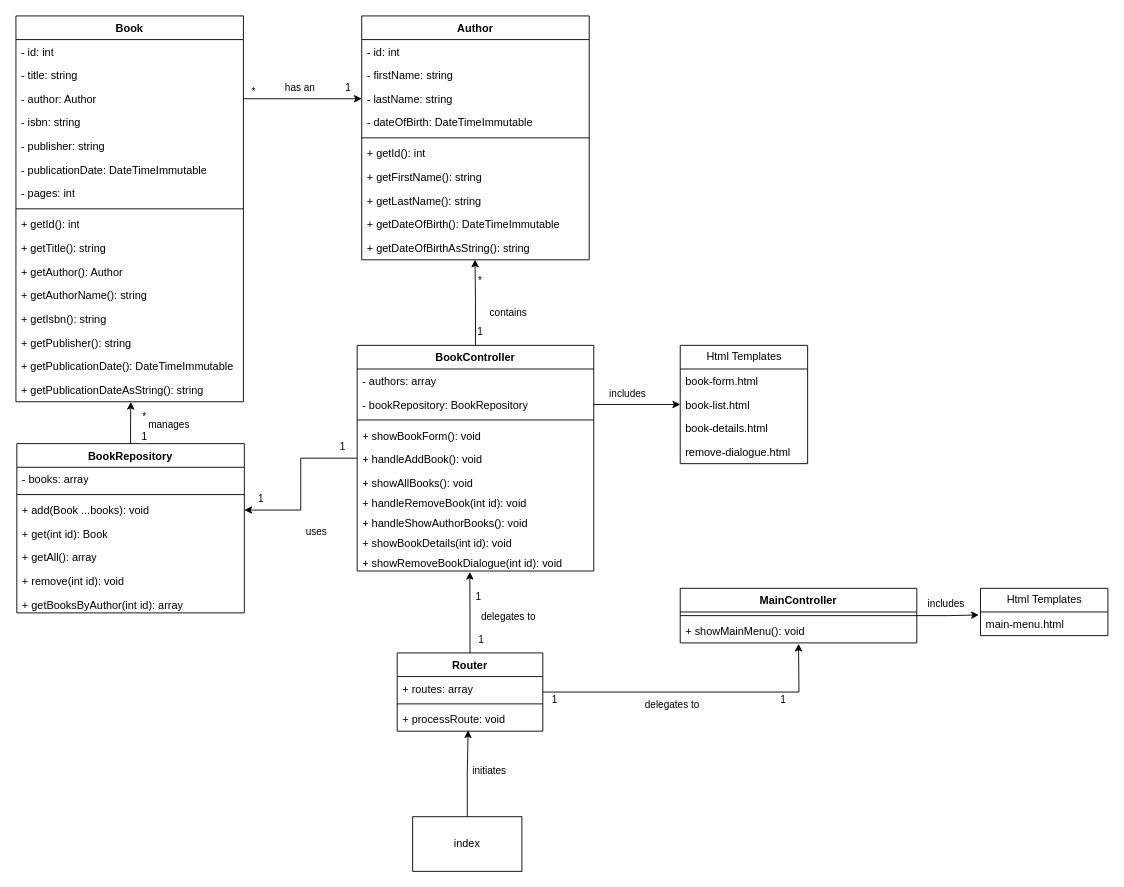
This is 05 - HTML & Forms & Sessions/library2.drawio from gglerum/php-lessen, a draw.io file, before an edit. Source tidied: cells renumbered, new cells numbered last; positions are measured from the earlier drawing's top-left corner, leaving out a move shared by most shapes. Both pictures are drawn from the tidied source at 91%, with x=0, y=0 at pixel (15, 15).
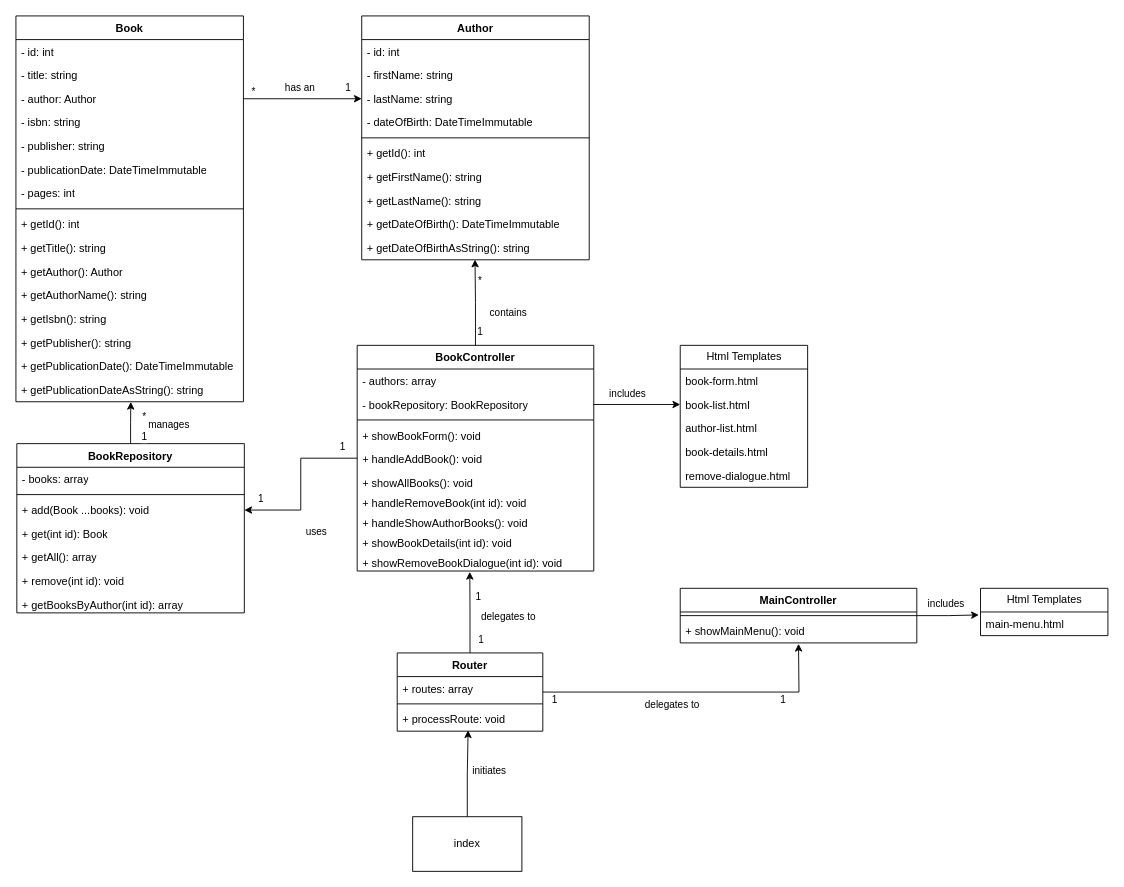
After the change.

Commit message (it also covers changes not shown here):
Added missing html template to diagram of week 5

The edit, as a diff of the source:
```diff
@@
     <mxCell id="83" value="Html Templates" style="swimlane;fontStyle=0;horizontal=1;startSize=26;fillColor=none;html=1;" parent="1" vertex="1">
-      <mxGeometry x="730" y="362" width="140" height="130" as="geometry" />
+      <mxGeometry x="730" y="362" width="140" height="156" as="geometry" />
     </mxCell>
@@
+    <mxCell id="94" value="author-list.html" style="text;strokeColor=none;fillColor=none;align=left;verticalAlign=top;spacingLeft=4;spacingRight=4;overflow=hidden;whiteSpace=wrap;html=1;" parent="83" vertex="1">
+      <mxGeometry y="78" width="140" height="26" as="geometry" />
+    </mxCell>
     <mxCell id="86" value="book-details.html" style="text;strokeColor=none;fillColor=none;align=left;verticalAlign=top;spacingLeft=4;spacingRight=4;overflow=hidden;whiteSpace=wrap;html=1;" parent="83" vertex="1">
-      <mxGeometry y="78" width="140" height="26" as="geometry" />
+      <mxGeometry y="104" width="140" height="26" as="geometry" />
     </mxCell>
     <mxCell id="87" value="remove-dialogue.html" style="text;strokeColor=none;fillColor=none;align=left;verticalAlign=top;spacingLeft=4;spacingRight=4;overflow=hidden;whiteSpace=wrap;html=1;" parent="83" vertex="1">
-      <mxGeometry y="104" width="140" height="26" as="geometry" />
+      <mxGeometry y="130" width="140" height="26" as="geometry" />
     </mxCell>
```
